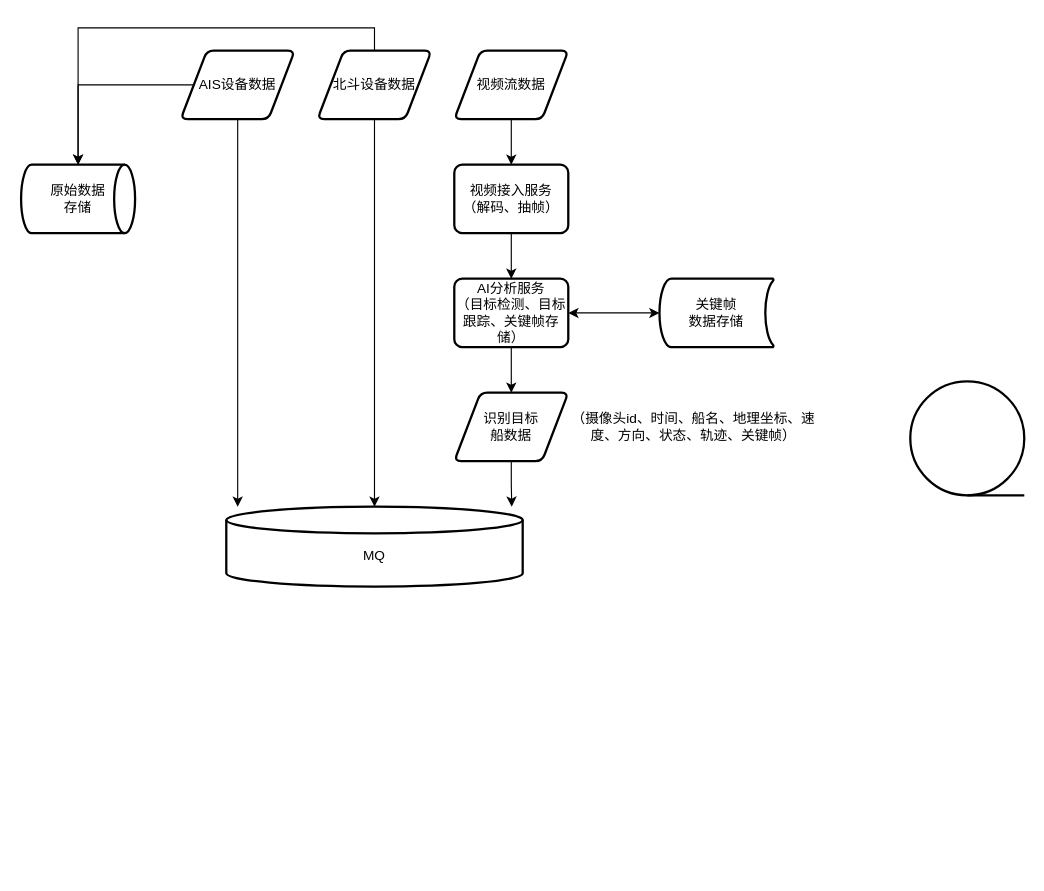
The draw.io diagram ctg/港作船.drawio in Qunz/drawio, before the edit. Source tidied: cells renumbered, new cells numbered last; positions are measured from the earlier drawing's top-left corner, leaving out a move shared by most shapes. Both pictures are drawn from the tidied source at 114%, with x=0, y=0 at pixel (21, 27).
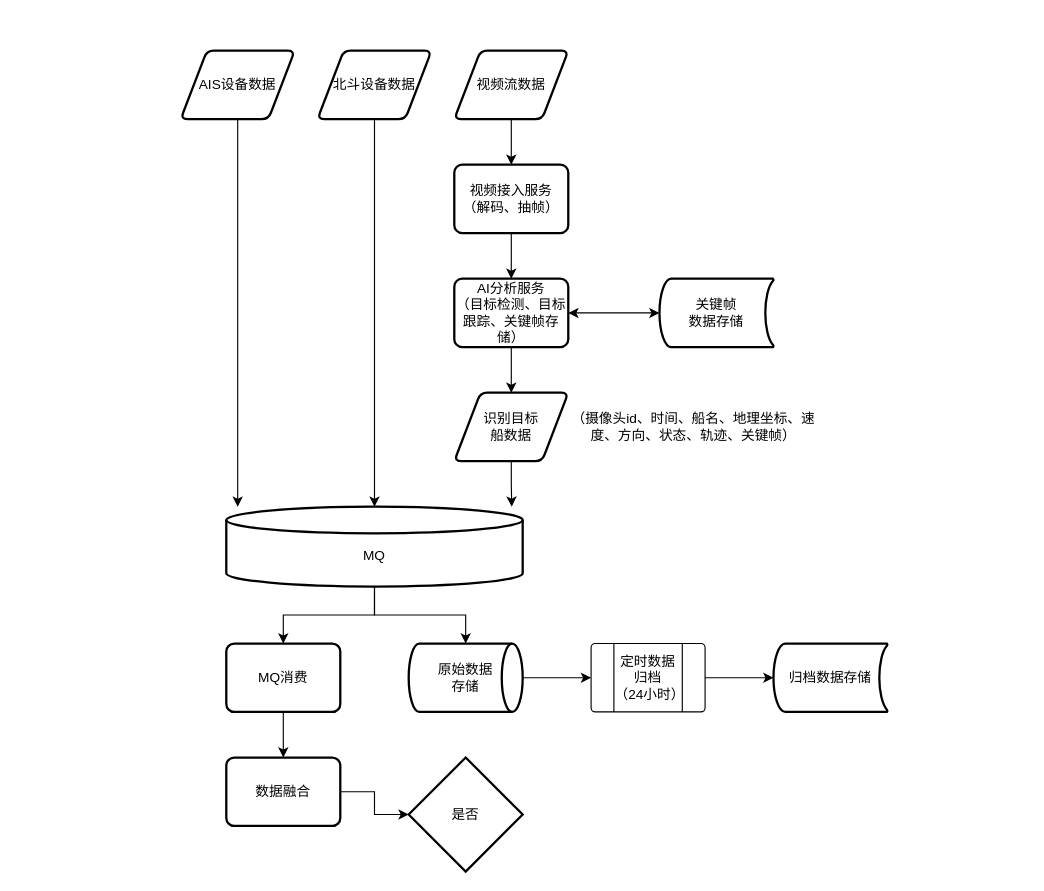
The same diagram, later.

Commit message:
更新港作船.drawio

The change refers to these unchanged cells:
```xml
<mxCell id="4" value="AIS设备数据" style="shape=parallelogram;html=1;strokeWidth=2;perimeter=parallelogramPerimeter;whiteSpace=wrap;rounded=1;arcSize=12;size=0.23;" parent="1" vertex="1">
  <mxGeometry x="140" y="20" width="100" height="60" as="geometry" />
</mxCell>
<mxCell id="9" value="北斗设备数据" style="shape=parallelogram;html=1;strokeWidth=2;perimeter=parallelogramPerimeter;whiteSpace=wrap;rounded=1;arcSize=12;size=0.23;" parent="1" vertex="1">
  <mxGeometry x="260" y="20" width="100" height="60" as="geometry" />
</mxCell>
<mxCell id="20" value="&lt;div&gt;&lt;br&gt;&lt;/div&gt;MQ" style="strokeWidth=2;html=1;shape=mxgraph.flowchart.database;whiteSpace=wrap;" parent="1" vertex="1">
  <mxGeometry x="180" y="420" width="260" height="70" as="geometry" />
</mxCell>
```

Diff of the diagram source:
```diff
@@
-    <mxCell id="2" style="edgeStyle=orthogonalEdgeStyle;rounded=0;jettySize=auto;html=1;" parent="1" edge="1" source="4" target="5">
-      <mxGeometry relative="1" as="geometry" />
-    </mxCell>
@@
+    <mxCell id="22" style="edgeStyle=orthogonalEdgeStyle;rounded=0;jettySize=auto;html=1;" parent="1" edge="1" source="5" target="31">
+      <mxGeometry relative="1" as="geometry" />
+    </mxCell>
     <mxCell id="5" value="原始数据&lt;div&gt;存储&lt;/div&gt;" style="strokeWidth=2;html=1;shape=mxgraph.flowchart.direct_data;whiteSpace=wrap;" parent="1" vertex="1">
-      <mxGeometry y="120" width="100" height="60" as="geometry" />
+      <mxGeometry x="340" y="540" width="100" height="60" as="geometry" />
     </mxCell>
-    <mxCell id="6" style="strokeWidth=2;html=1;shape=mxgraph.flowchart.sequential_data;whiteSpace=wrap;" parent="1" vertex="1">
-      <mxGeometry x="780" y="310" width="100" height="100" as="geometry" />
-    </mxCell>
@@
-    <mxCell id="14" style="edgeStyle=orthogonalEdgeStyle;rounded=0;jettySize=auto;html=1;entryX=0.5;entryY=0;entryDx=0;entryDy=0;entryPerimeter=0;" parent="1" edge="1" source="9" target="5">
-      <mxGeometry relative="1" as="geometry">
-        <Array as="points">
-          <mxPoint x="310" />
-          <mxPoint x="50" />
-        </Array>
-      </mxGeometry>
-    </mxCell>
@@
+    <mxCell id="23" style="edgeStyle=orthogonalEdgeStyle;rounded=0;jettySize=auto;html=1;" parent="1" edge="1" source="20" target="5">
+      <mxGeometry relative="1" as="geometry" />
+    </mxCell>
+    <mxCell id="24" style="edgeStyle=orthogonalEdgeStyle;rounded=0;jettySize=auto;html=1;exitX=0.5;exitY=1;exitDx=0;exitDy=0;exitPerimeter=0;" parent="1" edge="1" source="20" target="26">
+      <mxGeometry relative="1" as="geometry" />
+    </mxCell>
@@
+    <mxCell id="25" style="edgeStyle=orthogonalEdgeStyle;rounded=0;jettySize=auto;html=1;" parent="1" edge="1" source="26" target="28">
+      <mxGeometry relative="1" as="geometry" />
+    </mxCell>
+    <mxCell id="26" value="MQ消费" style="rounded=1;whiteSpace=wrap;html=1;absoluteArcSize=1;arcSize=14;strokeWidth=2;" parent="1" vertex="1">
+      <mxGeometry x="180" y="540" width="100" height="60" as="geometry" />
+    </mxCell>
+    <mxCell id="27" style="edgeStyle=orthogonalEdgeStyle;rounded=0;jettySize=auto;html=1;" parent="1" edge="1" source="28" target="34">
+      <mxGeometry relative="1" as="geometry" />
+    </mxCell>
+    <mxCell id="28" value="数据融合" style="rounded=1;whiteSpace=wrap;html=1;absoluteArcSize=1;arcSize=14;strokeWidth=2;" parent="1" vertex="1">
+      <mxGeometry x="180" y="640" width="100" height="60" as="geometry" />
+    </mxCell>
+    <mxCell id="29" value="归档数据存储" style="strokeWidth=2;html=1;shape=mxgraph.flowchart.stored_data;whiteSpace=wrap;" parent="1" vertex="1">
+      <mxGeometry x="660" y="540" width="100" height="60" as="geometry" />
+    </mxCell>
+    <mxCell id="30" style="group;" parent="1" vertex="1">
+      <mxGeometry x="500" y="540" width="100" height="60" as="geometry" />
+    </mxCell>
+    <mxCell id="31" style="verticalLabelPosition=bottom;verticalAlign=top;html=1;shape=process;whiteSpace=wrap;rounded=1;size=0.2;arcSize=6;" parent="30" vertex="1">
+      <mxGeometry width="100" height="60" as="geometry" />
+    </mxCell>
+    <mxCell id="32" value="定时数据归档&lt;br&gt;（24小时）" style="text;html=1;whiteSpace=wrap;strokeColor=none;fillColor=none;align=center;verticalAlign=middle;rounded=0;" parent="30" vertex="1">
+      <mxGeometry x="20" y="15" width="60" height="30" as="geometry" />
+    </mxCell>
+    <mxCell id="33" style="edgeStyle=orthogonalEdgeStyle;rounded=0;jettySize=auto;html=1;" parent="1" edge="1" source="31" target="29">
+      <mxGeometry relative="1" as="geometry" />
+    </mxCell>
+    <mxCell id="34" value="是否" style="strokeWidth=2;html=1;shape=mxgraph.flowchart.decision;whiteSpace=wrap;" parent="1" vertex="1">
+      <mxGeometry x="340" y="640" width="100" height="100" as="geometry" />
+    </mxCell>
```
